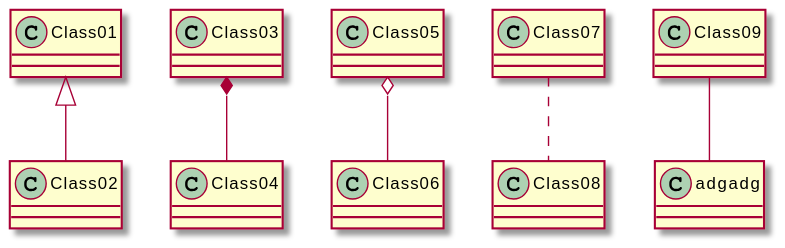
Before: meilenstein_03/test.svg, a diagram exported from PlantUML (weichware10/meilensteine). Its diagram source:
```plantuml
@startuml
Class01 <|-- Class02
Class03 *-- Class04
Class05 o-- Class06
Class07 .. Class08
Class09 -- adgadg
@enduml
```
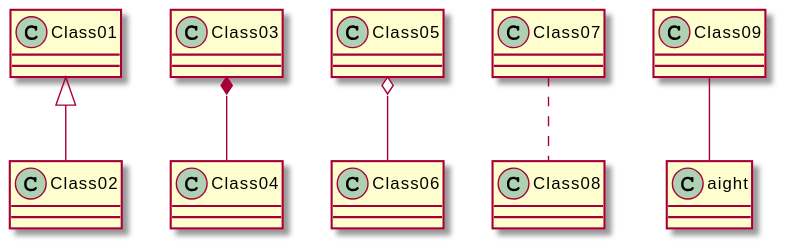
Above is the later version.

Commit message:
Render PlantUML SVGs

The edit, as a diff of the source:
```diff
@@ -3,5 +3,5 @@
 Class03 *-- Class04
 Class05 o-- Class06
 Class07 .. Class08
-Class09 -- adgadg
+Class09 -- aight
 @enduml
```
